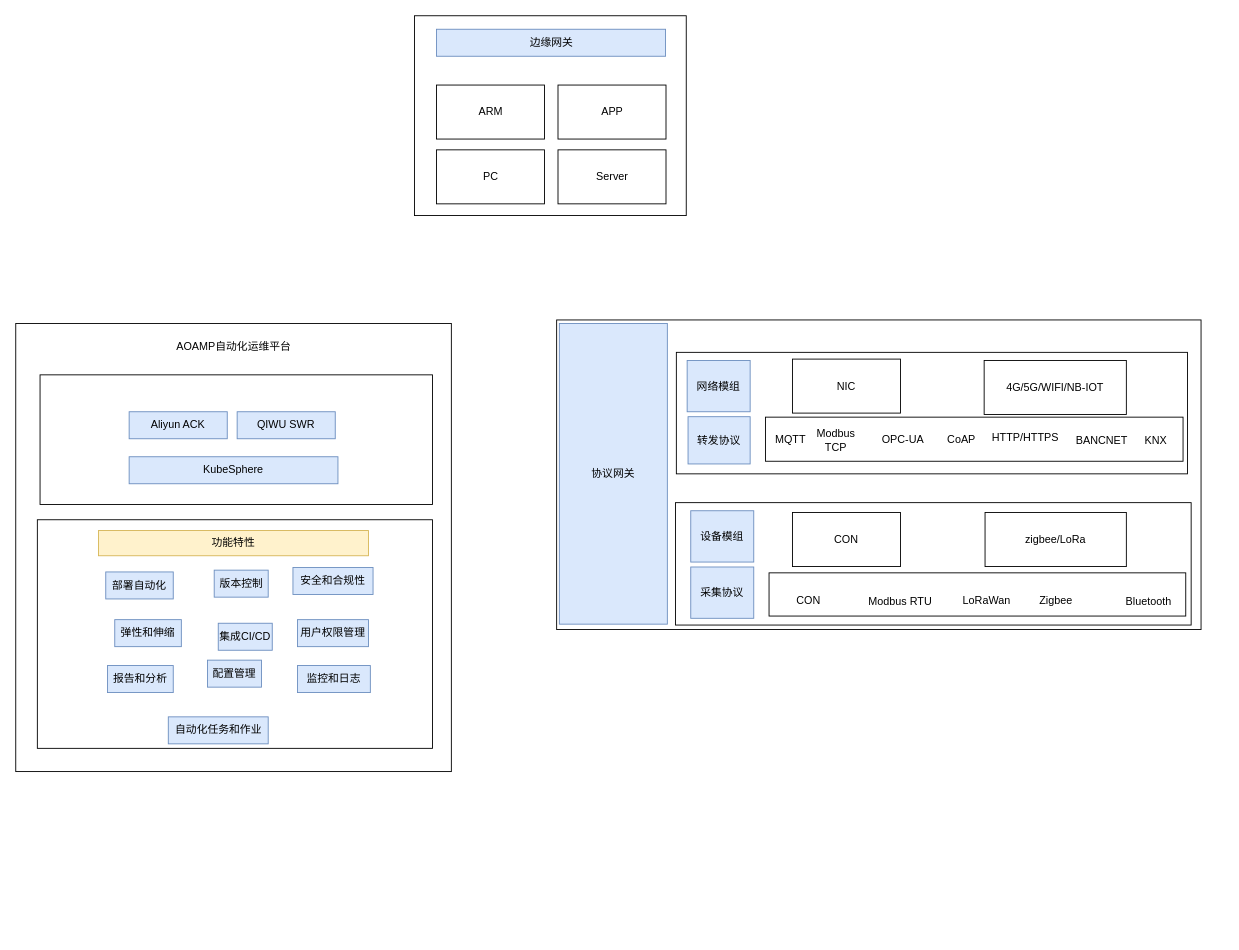
This is page "总体设计" (4 of 4) of qiwu.drawio from viking-wj/software, a draw.io file, before an edit. Source tidied: cells renumbered, new cells numbered last; positions are measured from the earlier drawing's top-left corner, leaving out a move shared by most shapes. Both pictures are drawn from the tidied source at 90%, with x=0, y=0 at pixel (15, 15).
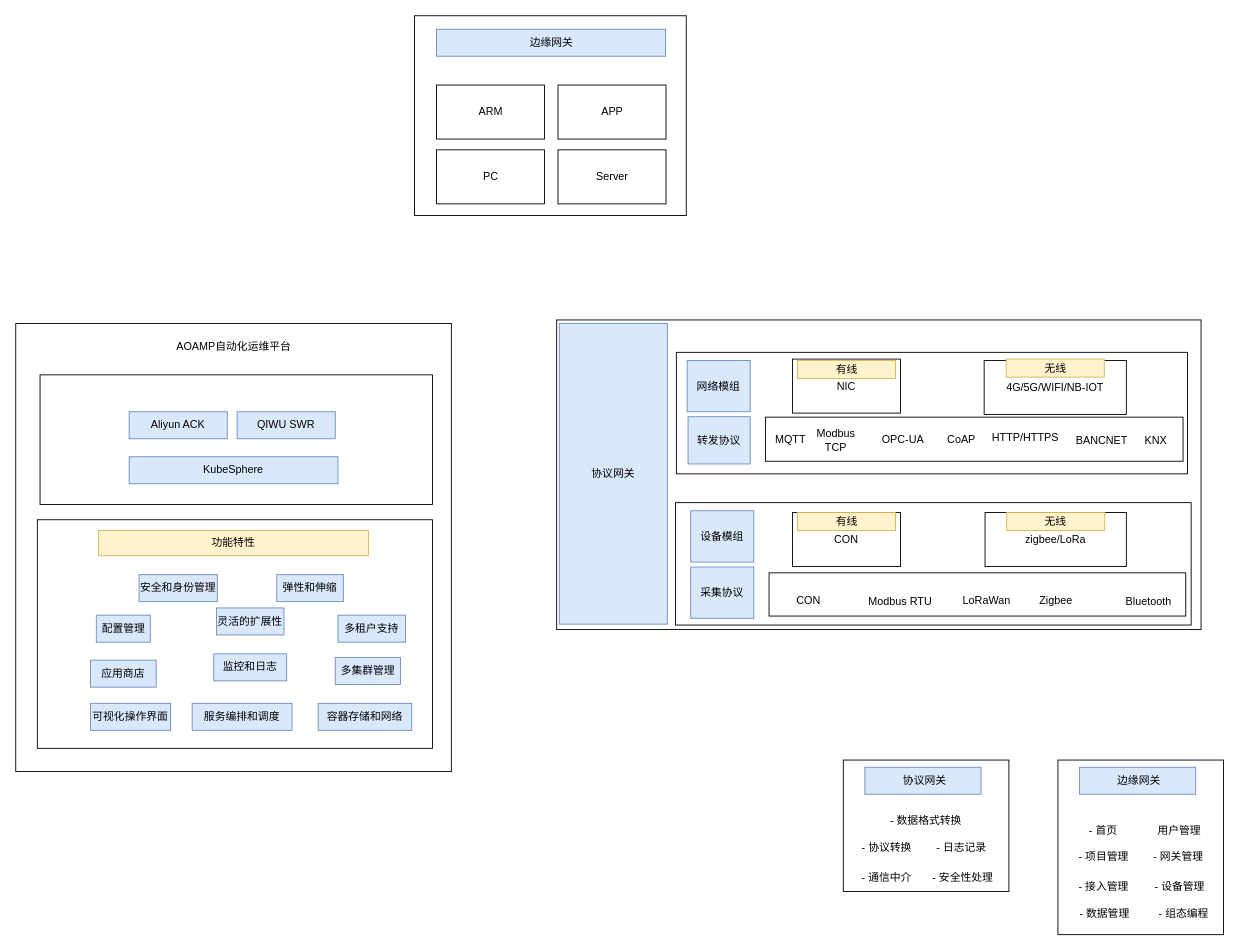
The same page after the edit.

Diff of the diagram source:
```diff
@@
     <mxCell id="9" value="配置管理" style="text;html=1;strokeColor=#6c8ebf;fillColor=#dae8fc;align=center;verticalAlign=middle;whiteSpace=wrap;rounded=0;" parent="1" vertex="1">
-      <mxGeometry x="213" y="716" width="60" height="30" as="geometry" />
+      <mxGeometry x="89.5" y="666" width="60" height="30" as="geometry" />
     </mxCell>
-    <mxCell id="10" value="部署自动化" style="text;html=1;strokeColor=#6c8ebf;fillColor=#dae8fc;align=center;verticalAlign=middle;whiteSpace=wrap;rounded=0;" parent="1" vertex="1">
-      <mxGeometry x="100" y="618" width="75" height="30" as="geometry" />
+    <mxCell id="10" value="多租户支持" style="text;html=1;strokeColor=#6c8ebf;fillColor=#dae8fc;align=center;verticalAlign=middle;whiteSpace=wrap;rounded=0;" parent="1" vertex="1">
+      <mxGeometry x="358" y="666" width="75" height="30" as="geometry" />
     </mxCell>
     <mxCell id="11" value="监控和日志" style="text;html=1;strokeColor=#6c8ebf;fillColor=#dae8fc;align=center;verticalAlign=middle;whiteSpace=wrap;rounded=0;" parent="1" vertex="1">
-      <mxGeometry x="313" y="722" width="81" height="30" as="geometry" />
+      <mxGeometry x="220" y="709" width="81" height="30" as="geometry" />
     </mxCell>
-    <mxCell id="12" value="自动化任务和作业" style="text;html=1;strokeColor=#6c8ebf;fillColor=#dae8fc;align=center;verticalAlign=middle;whiteSpace=wrap;rounded=0;" parent="1" vertex="1">
-      <mxGeometry x="169.5" y="779" width="111" height="30" as="geometry" />
+    <mxCell id="12" value="服务编排和调度" style="text;html=1;strokeColor=#6c8ebf;fillColor=#dae8fc;align=center;verticalAlign=middle;whiteSpace=wrap;rounded=0;" parent="1" vertex="1">
+      <mxGeometry x="196" y="764" width="111" height="30" as="geometry" />
     </mxCell>
-    <mxCell id="13" value="版本控制" style="text;html=1;strokeColor=#6c8ebf;fillColor=#dae8fc;align=center;verticalAlign=middle;whiteSpace=wrap;rounded=0;" parent="1" vertex="1">
-      <mxGeometry x="220.5" y="616" width="60" height="30" as="geometry" />
+    <mxCell id="13" value="多集群管理" style="text;html=1;strokeColor=#6c8ebf;fillColor=#dae8fc;align=center;verticalAlign=middle;whiteSpace=wrap;rounded=0;" parent="1" vertex="1">
+      <mxGeometry x="355" y="713" width="72.5" height="30" as="geometry" />
     </mxCell>
-    <mxCell id="14" value="安全和合规性" style="text;html=1;strokeColor=#6c8ebf;fillColor=#dae8fc;align=center;verticalAlign=middle;whiteSpace=wrap;rounded=0;" parent="1" vertex="1">
-      <mxGeometry x="308" y="613" width="89" height="30" as="geometry" />
+    <mxCell id="14" value="可视化操作界面" style="text;html=1;strokeColor=#6c8ebf;fillColor=#dae8fc;align=center;verticalAlign=middle;whiteSpace=wrap;rounded=0;" parent="1" vertex="1">
+      <mxGeometry x="83" y="764" width="89" height="30" as="geometry" />
     </mxCell>
     <mxCell id="15" value="弹性和伸缩" style="text;html=1;strokeColor=#6c8ebf;fillColor=#dae8fc;align=center;verticalAlign=middle;whiteSpace=wrap;rounded=0;" parent="1" vertex="1">
-      <mxGeometry x="110" y="671" width="74" height="30" as="geometry" />
+      <mxGeometry x="290" y="621" width="74" height="30" as="geometry" />
     </mxCell>
-    <mxCell id="16" value="集成CI/CD" style="text;html=1;strokeColor=#6c8ebf;fillColor=#dae8fc;align=center;verticalAlign=middle;whiteSpace=wrap;rounded=0;" parent="1" vertex="1">
-      <mxGeometry x="225" y="675" width="60" height="30" as="geometry" />
+    <mxCell id="16" value="容器存储和网络" style="text;html=1;strokeColor=#6c8ebf;fillColor=#dae8fc;align=center;verticalAlign=middle;whiteSpace=wrap;rounded=0;" parent="1" vertex="1">
+      <mxGeometry x="336" y="764" width="104" height="30" as="geometry" />
     </mxCell>
-    <mxCell id="17" value="用户权限管理" style="text;html=1;strokeColor=#6c8ebf;fillColor=#dae8fc;align=center;verticalAlign=middle;whiteSpace=wrap;rounded=0;" parent="1" vertex="1">
-      <mxGeometry x="313" y="671" width="79" height="30" as="geometry" />
+    <mxCell id="17" value="安全和身份管理" style="text;html=1;strokeColor=#6c8ebf;fillColor=#dae8fc;align=center;verticalAlign=middle;whiteSpace=wrap;rounded=0;" parent="1" vertex="1">
+      <mxGeometry x="137" y="621" width="87" height="30" as="geometry" />
     </mxCell>
-    <mxCell id="18" value="报告和分析" style="text;html=1;strokeColor=#6c8ebf;fillColor=#dae8fc;align=center;verticalAlign=middle;whiteSpace=wrap;rounded=0;" parent="1" vertex="1">
-      <mxGeometry x="102" y="722" width="73" height="30" as="geometry" />
+    <mxCell id="18" value="应用商店" style="text;html=1;strokeColor=#6c8ebf;fillColor=#dae8fc;align=center;verticalAlign=middle;whiteSpace=wrap;rounded=0;" parent="1" vertex="1">
+      <mxGeometry x="83" y="716" width="73" height="30" as="geometry" />
     </mxCell>
@@
+    <mxCell id="52" value="有线" style="text;html=1;strokeColor=#d6b656;fillColor=#fff2cc;align=center;verticalAlign=middle;whiteSpace=wrap;rounded=0;" parent="1" vertex="1">
+      <mxGeometry x="868.5" y="552" width="109" height="20" as="geometry" />
+    </mxCell>
+    <mxCell id="53" value="无线" style="text;html=1;strokeColor=#d6b656;fillColor=#fff2cc;align=center;verticalAlign=middle;whiteSpace=wrap;rounded=0;" parent="1" vertex="1">
+      <mxGeometry x="1101" y="552" width="109" height="20" as="geometry" />
+    </mxCell>
+    <mxCell id="54" value="有线" style="text;html=1;strokeColor=#d6b656;fillColor=#fff2cc;align=center;verticalAlign=middle;whiteSpace=wrap;rounded=0;" parent="1" vertex="1">
+      <mxGeometry x="868.5" y="383" width="109" height="20" as="geometry" />
+    </mxCell>
+    <mxCell id="55" value="无线" style="text;html=1;strokeColor=#d6b656;fillColor=#fff2cc;align=center;verticalAlign=middle;whiteSpace=wrap;rounded=0;" parent="1" vertex="1">
+      <mxGeometry x="1100.5" y="381.5" width="109" height="20" as="geometry" />
+    </mxCell>
+    <mxCell id="56" style="rounded=0;whiteSpace=wrap;html=1;" parent="1" vertex="1">
+      <mxGeometry x="919.5" y="827" width="184" height="146" as="geometry" />
+    </mxCell>
+    <mxCell id="57" value="&amp;nbsp;协议网关" style="text;html=1;strokeColor=#6c8ebf;fillColor=#dae8fc;align=center;verticalAlign=middle;whiteSpace=wrap;rounded=0;" parent="1" vertex="1">
+      <mxGeometry x="943.5" y="835" width="129" height="30" as="geometry" />
+    </mxCell>
+    <mxCell id="58" value="- 协议转换" style="text;html=1;strokeColor=none;fillColor=none;align=center;verticalAlign=middle;whiteSpace=wrap;rounded=0;" parent="1" vertex="1">
+      <mxGeometry x="938" y="909" width="60" height="30" as="geometry" />
+    </mxCell>
+    <mxCell id="59" value="- 数据格式转换" style="text;html=1;strokeColor=none;fillColor=none;align=center;verticalAlign=middle;whiteSpace=wrap;rounded=0;" parent="1" vertex="1">
+      <mxGeometry x="967" y="879" width="89" height="30" as="geometry" />
+    </mxCell>
+    <mxCell id="60" value="- 通信中介" style="text;html=1;strokeColor=none;fillColor=none;align=center;verticalAlign=middle;whiteSpace=wrap;rounded=0;" parent="1" vertex="1">
+      <mxGeometry x="938" y="943" width="60" height="30" as="geometry" />
+    </mxCell>
+    <mxCell id="61" value="- 安全性处理" style="text;html=1;strokeColor=none;fillColor=none;align=center;verticalAlign=middle;whiteSpace=wrap;rounded=0;" parent="1" vertex="1">
+      <mxGeometry x="1015" y="943" width="75" height="30" as="geometry" />
+    </mxCell>
+    <mxCell id="62" value="- 日志记录" style="text;html=1;strokeColor=none;fillColor=none;align=center;verticalAlign=middle;whiteSpace=wrap;rounded=0;" parent="1" vertex="1">
+      <mxGeometry x="1021" y="909" width="60" height="30" as="geometry" />
+    </mxCell>
+    <mxCell id="63" value="灵活的扩展性" style="text;html=1;strokeColor=#6c8ebf;fillColor=#dae8fc;align=center;verticalAlign=middle;whiteSpace=wrap;rounded=0;" parent="1" vertex="1">
+      <mxGeometry x="223" y="658" width="75" height="30" as="geometry" />
+    </mxCell>
+    <mxCell id="64" style="rounded=0;whiteSpace=wrap;html=1;" parent="1" vertex="1">
+      <mxGeometry x="1158" y="827" width="184" height="194" as="geometry" />
+    </mxCell>
+    <mxCell id="65" value="&amp;nbsp;边缘网关" style="text;html=1;strokeColor=#6c8ebf;fillColor=#dae8fc;align=center;verticalAlign=middle;whiteSpace=wrap;rounded=0;" parent="1" vertex="1">
+      <mxGeometry x="1182" y="835" width="129" height="30" as="geometry" />
+    </mxCell>
+    <mxCell id="66" value="- 项目管理" style="text;html=1;strokeColor=none;fillColor=none;align=center;verticalAlign=middle;whiteSpace=wrap;rounded=0;" parent="1" vertex="1">
+      <mxGeometry x="1178.8" y="919" width="60" height="30" as="geometry" />
+    </mxCell>
+    <mxCell id="67" value="- 首页" style="text;html=1;strokeColor=none;fillColor=none;align=center;verticalAlign=middle;whiteSpace=wrap;rounded=0;" parent="1" vertex="1">
+      <mxGeometry x="1168.1" y="891" width="81.2" height="30" as="geometry" />
+    </mxCell>
+    <mxCell id="68" value="- 接入管理" style="text;html=1;strokeColor=none;fillColor=none;align=center;verticalAlign=middle;whiteSpace=wrap;rounded=0;" parent="1" vertex="1">
+      <mxGeometry x="1178.8" y="953" width="60" height="30" as="geometry" />
+    </mxCell>
+    <mxCell id="69" value="- 设备管理" style="text;html=1;strokeColor=none;fillColor=none;align=center;verticalAlign=middle;whiteSpace=wrap;rounded=0;" parent="1" vertex="1">
+      <mxGeometry x="1255.8" y="953" width="75" height="30" as="geometry" />
+    </mxCell>
+    <mxCell id="70" value="- 网关管理" style="text;html=1;strokeColor=none;fillColor=none;align=center;verticalAlign=middle;whiteSpace=wrap;rounded=0;" parent="1" vertex="1">
+      <mxGeometry x="1261.8" y="919" width="60" height="30" as="geometry" />
+    </mxCell>
+    <mxCell id="71" value="- 数据管理" style="text;html=1;strokeColor=none;fillColor=none;align=center;verticalAlign=middle;whiteSpace=wrap;rounded=0;" parent="1" vertex="1">
+      <mxGeometry x="1180.2" y="983" width="60" height="30" as="geometry" />
+    </mxCell>
+    <mxCell id="72" value="- 组态编程" style="text;html=1;strokeColor=none;fillColor=none;align=center;verticalAlign=middle;whiteSpace=wrap;rounded=0;" parent="1" vertex="1">
+      <mxGeometry x="1268" y="983" width="60" height="30" as="geometry" />
+    </mxCell>
+    <mxCell id="73" value="用户管理" style="text;html=1;strokeColor=none;fillColor=none;align=center;verticalAlign=middle;whiteSpace=wrap;rounded=0;" parent="1" vertex="1">
+      <mxGeometry x="1263.2" y="891" width="60" height="30" as="geometry" />
+    </mxCell>
```
